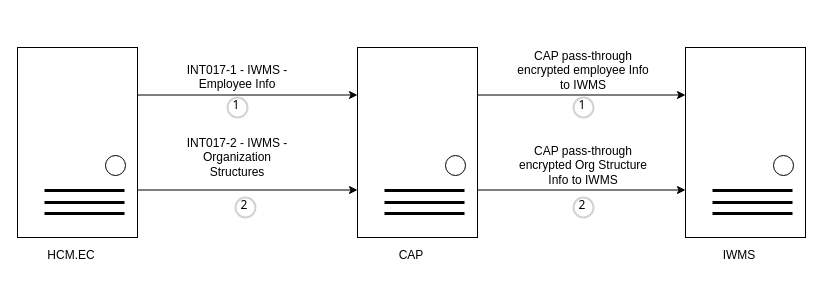
The draw.io diagram page "IWMS" (7 of 10) of Untitled Diagram.drawio in wsxad234/flowchart, before the edit. Source tidied: cells renumbered, new cells numbered last; positions are measured from the earlier drawing's top-left corner, leaving out a move shared by most shapes. Both pictures are drawn from the tidied source at 100%, with x=0, y=0 at pixel (17, 17).
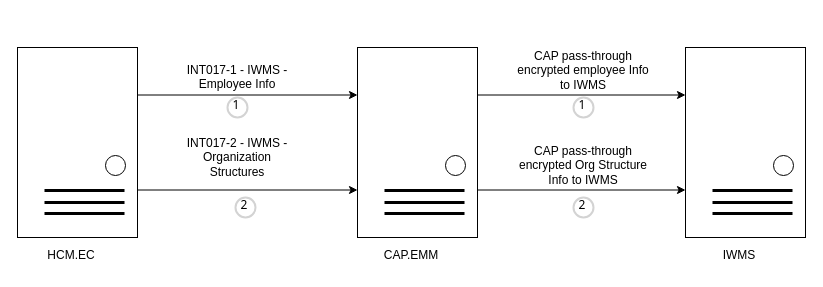
Above is the later version.

What changed in the source:
```diff
@@
-    <mxCell id="22" value="CAP" style="text;html=1;strokeColor=none;fillColor=none;align=center;verticalAlign=middle;whiteSpace=wrap;rounded=0;" parent="1" vertex="1">
+    <mxCell id="22" value="CAP.EMM" style="text;html=1;strokeColor=none;fillColor=none;align=center;verticalAlign=middle;whiteSpace=wrap;rounded=0;" parent="1" vertex="1">
       <mxGeometry x="364" y="223" width="60" height="30" as="geometry" />
     </mxCell>
```
